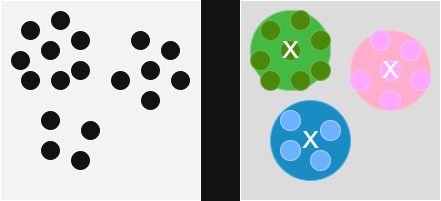
The draw.io diagram AprendizajeNoSupervisado.drawio.png in L50E02O/DrawioIA, before a commit. Source tidied: cells renumbered, new cells last; positions are measured from the earlier drawing's top-left corner, leaving out a move shared by most shapes. Source of this version:
```xml
<mxGraphModel>
  <root>
    <mxCell id="0" />
    <mxCell id="1" parent="0" />
    <mxCell id="2" style="whiteSpace=wrap;html=1;fillColor=light-dark(#FFFFFF,#F3F3F3);" parent="1" vertex="1">
      <mxGeometry width="200" height="200" as="geometry" />
    </mxCell>
    <mxCell id="3" style="whiteSpace=wrap;html=1;fillColor=light-dark(transparent,#DCDCDC);" parent="1" vertex="1">
      <mxGeometry x="240" width="200" height="200" as="geometry" />
    </mxCell>
    <mxCell id="4" style="ellipse;whiteSpace=wrap;html=1;fillColor=#008a00;fontColor=#ffffff;strokeColor=#005700;" parent="1" vertex="1">
      <mxGeometry x="250" y="10" width="80" height="80" as="geometry" />
    </mxCell>
    <mxCell id="5" style="ellipse;whiteSpace=wrap;html=1;fillColor=#a20025;fontColor=#ffffff;strokeColor=#6F0000;" parent="1" vertex="1">
      <mxGeometry x="350" y="30" width="80" height="80" as="geometry" />
    </mxCell>
    <mxCell id="6" style="ellipse;whiteSpace=wrap;html=1;fillColor=#1ba1e2;fontColor=#ffffff;strokeColor=#006EAF;" parent="1" vertex="1">
      <mxGeometry x="270" y="100" width="80" height="80" as="geometry" />
    </mxCell>
    <mxCell id="7" style="ellipse;whiteSpace=wrap;html=1;fillColor=#0050ef;fontColor=#ffffff;strokeColor=#001DBC;" parent="1" vertex="1">
      <mxGeometry x="280" y="110" width="20" height="20" as="geometry" />
    </mxCell>
    <mxCell id="8" style="ellipse;whiteSpace=wrap;html=1;fillColor=#0050ef;fontColor=#ffffff;strokeColor=#001DBC;" parent="1" vertex="1">
      <mxGeometry x="320" y="120" width="20" height="20" as="geometry" />
    </mxCell>
    <mxCell id="9" style="ellipse;whiteSpace=wrap;html=1;fillColor=#0050ef;fontColor=#ffffff;strokeColor=#001DBC;" parent="1" vertex="1">
      <mxGeometry x="280" y="140" width="20" height="20" as="geometry" />
    </mxCell>
    <mxCell id="10" style="ellipse;whiteSpace=wrap;html=1;fillColor=#0050ef;fontColor=#ffffff;strokeColor=#001DBC;" parent="1" vertex="1">
      <mxGeometry x="310" y="150" width="20" height="20" as="geometry" />
    </mxCell>
    <mxCell id="11" style="ellipse;whiteSpace=wrap;html=1;fillColor=#6a00ff;fontColor=#ffffff;strokeColor=#3700CC;" parent="1" vertex="1">
      <mxGeometry x="370" y="30" width="20" height="20" as="geometry" />
    </mxCell>
    <mxCell id="12" style="ellipse;whiteSpace=wrap;html=1;fillColor=#6a00ff;fontColor=#ffffff;strokeColor=#3700CC;" parent="1" vertex="1">
      <mxGeometry x="350" y="70" width="20" height="20" as="geometry" />
    </mxCell>
    <mxCell id="13" style="ellipse;whiteSpace=wrap;html=1;fillColor=#6a00ff;fontColor=#ffffff;strokeColor=#3700CC;" parent="1" vertex="1">
      <mxGeometry x="400" y="40" width="20" height="20" as="geometry" />
    </mxCell>
    <mxCell id="14" style="ellipse;whiteSpace=wrap;html=1;fillColor=#6a00ff;fontColor=#ffffff;strokeColor=#3700CC;" parent="1" vertex="1">
      <mxGeometry x="380" y="90" width="20" height="20" as="geometry" />
    </mxCell>
    <mxCell id="15" style="ellipse;whiteSpace=wrap;html=1;fillColor=#6a00ff;fontColor=#ffffff;strokeColor=#3700CC;" parent="1" vertex="1">
      <mxGeometry x="410" y="70" width="20" height="20" as="geometry" />
    </mxCell>
    <mxCell id="16" style="ellipse;whiteSpace=wrap;html=1;fillColor=#6a00ff;fontColor=#ffffff;strokeColor=#3700CC;" parent="1" vertex="1">
      <mxGeometry x="380" y="60" width="20" height="20" as="geometry" />
    </mxCell>
    <mxCell id="17" style="ellipse;whiteSpace=wrap;html=1;fillColor=#60a917;fontColor=#ffffff;strokeColor=#2D7600;" parent="1" vertex="1">
      <mxGeometry x="310" y="60" width="20" height="20" as="geometry" />
    </mxCell>
    <mxCell id="18" style="ellipse;whiteSpace=wrap;html=1;fillColor=#60a917;fontColor=#ffffff;strokeColor=#2D7600;" parent="1" vertex="1">
      <mxGeometry x="310" y="30" width="20" height="20" as="geometry" />
    </mxCell>
    <mxCell id="19" style="ellipse;whiteSpace=wrap;html=1;fillColor=#60a917;fontColor=#ffffff;strokeColor=#2D7600;" parent="1" vertex="1">
      <mxGeometry x="290" y="10" width="20" height="20" as="geometry" />
    </mxCell>
    <mxCell id="20" style="ellipse;whiteSpace=wrap;html=1;fillColor=#60a917;fontColor=#ffffff;strokeColor=#2D7600;" parent="1" vertex="1">
      <mxGeometry x="260" y="20" width="20" height="20" as="geometry" />
    </mxCell>
    <mxCell id="21" style="ellipse;whiteSpace=wrap;html=1;fillColor=#60a917;fontColor=#ffffff;strokeColor=#2D7600;" parent="1" vertex="1">
      <mxGeometry x="280" y="40" width="20" height="20" as="geometry" />
    </mxCell>
    <mxCell id="22" style="ellipse;whiteSpace=wrap;html=1;fillColor=#60a917;fontColor=#ffffff;strokeColor=#2D7600;" parent="1" vertex="1">
      <mxGeometry x="250" y="50" width="20" height="20" as="geometry" />
    </mxCell>
    <mxCell id="23" style="ellipse;whiteSpace=wrap;html=1;fillColor=#60a917;fontColor=#ffffff;strokeColor=#2D7600;" parent="1" vertex="1">
      <mxGeometry x="260" y="70" width="20" height="20" as="geometry" />
    </mxCell>
    <mxCell id="24" style="ellipse;whiteSpace=wrap;html=1;fillColor=#60a917;fontColor=#ffffff;strokeColor=#2D7600;" parent="1" vertex="1">
      <mxGeometry x="290" y="70" width="20" height="20" as="geometry" />
    </mxCell>
    <mxCell id="25" value="&lt;span style=&quot;font-size: 24px;&quot;&gt;X&lt;/span&gt;" style="text;html=1;align=center;verticalAlign=middle;strokeColor=none;fillColor=none;" parent="1" vertex="1">
      <mxGeometry x="270" y="30" width="40" height="40" as="geometry" />
    </mxCell>
    <mxCell id="26" value="&lt;span style=&quot;font-size: 24px;&quot;&gt;X&lt;/span&gt;" style="text;html=1;align=center;verticalAlign=middle;strokeColor=none;fillColor=none;" parent="1" vertex="1">
      <mxGeometry x="370" y="50" width="40" height="40" as="geometry" />
    </mxCell>
    <mxCell id="27" value="&lt;span style=&quot;font-size: 24px;&quot;&gt;X&lt;/span&gt;" style="text;html=1;align=center;verticalAlign=middle;strokeColor=none;fillColor=none;" parent="1" vertex="1">
      <mxGeometry x="290" y="120" width="40" height="40" as="geometry" />
    </mxCell>
    <mxCell id="28" style="ellipse;whiteSpace=wrap;html=1;" parent="1" vertex="1">
      <mxGeometry x="40" y="110" width="20" height="20" as="geometry" />
    </mxCell>
    <mxCell id="29" style="ellipse;whiteSpace=wrap;html=1;" parent="1" vertex="1">
      <mxGeometry x="80" y="120" width="20" height="20" as="geometry" />
    </mxCell>
    <mxCell id="30" style="ellipse;whiteSpace=wrap;html=1;" parent="1" vertex="1">
      <mxGeometry x="40" y="140" width="20" height="20" as="geometry" />
    </mxCell>
    <mxCell id="31" style="ellipse;whiteSpace=wrap;html=1;" parent="1" vertex="1">
      <mxGeometry x="70" y="150" width="20" height="20" as="geometry" />
    </mxCell>
    <mxCell id="32" style="ellipse;whiteSpace=wrap;html=1;" parent="1" vertex="1">
      <mxGeometry x="130" y="30" width="20" height="20" as="geometry" />
    </mxCell>
    <mxCell id="33" style="ellipse;whiteSpace=wrap;html=1;" parent="1" vertex="1">
      <mxGeometry x="110" y="70" width="20" height="20" as="geometry" />
    </mxCell>
    <mxCell id="34" style="ellipse;whiteSpace=wrap;html=1;" parent="1" vertex="1">
      <mxGeometry x="160" y="40" width="20" height="20" as="geometry" />
    </mxCell>
    <mxCell id="35" style="ellipse;whiteSpace=wrap;html=1;" parent="1" vertex="1">
      <mxGeometry x="140" y="90" width="20" height="20" as="geometry" />
    </mxCell>
    <mxCell id="36" style="ellipse;whiteSpace=wrap;html=1;" parent="1" vertex="1">
      <mxGeometry x="170" y="70" width="20" height="20" as="geometry" />
    </mxCell>
    <mxCell id="37" style="ellipse;whiteSpace=wrap;html=1;" parent="1" vertex="1">
      <mxGeometry x="140" y="60" width="20" height="20" as="geometry" />
    </mxCell>
    <mxCell id="38" style="ellipse;whiteSpace=wrap;html=1;" parent="1" vertex="1">
      <mxGeometry x="70" y="60" width="20" height="20" as="geometry" />
    </mxCell>
    <mxCell id="39" style="ellipse;whiteSpace=wrap;html=1;" parent="1" vertex="1">
      <mxGeometry x="70" y="30" width="20" height="20" as="geometry" />
    </mxCell>
    <mxCell id="40" style="ellipse;whiteSpace=wrap;html=1;" parent="1" vertex="1">
      <mxGeometry x="50" y="10" width="20" height="20" as="geometry" />
    </mxCell>
    <mxCell id="41" style="ellipse;whiteSpace=wrap;html=1;" parent="1" vertex="1">
      <mxGeometry x="20" y="20" width="20" height="20" as="geometry" />
    </mxCell>
    <mxCell id="42" style="ellipse;whiteSpace=wrap;html=1;" parent="1" vertex="1">
      <mxGeometry x="40" y="40" width="20" height="20" as="geometry" />
    </mxCell>
    <mxCell id="43" style="ellipse;whiteSpace=wrap;html=1;" parent="1" vertex="1">
      <mxGeometry x="10" y="50" width="20" height="20" as="geometry" />
    </mxCell>
    <mxCell id="44" style="ellipse;whiteSpace=wrap;html=1;" parent="1" vertex="1">
      <mxGeometry x="20" y="70" width="20" height="20" as="geometry" />
    </mxCell>
    <mxCell id="45" style="ellipse;whiteSpace=wrap;html=1;" parent="1" vertex="1">
      <mxGeometry x="50" y="70" width="20" height="20" as="geometry" />
    </mxCell>
  </root>
</mxGraphModel>
```
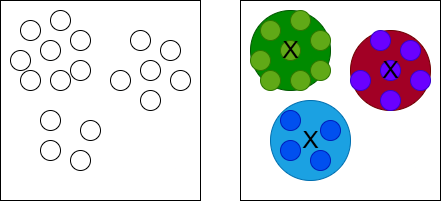
Later version of the same file.

Diff of the diagram source:
```diff
@@ -5,7 +5,7 @@
     <mxCell id="2" style="whiteSpace=wrap;html=1;fillColor=light-dark(#FFFFFF,#F3F3F3);" parent="1" vertex="1">
       <mxGeometry width="200" height="200" as="geometry" />
     </mxCell>
-    <mxCell id="3" style="whiteSpace=wrap;html=1;fillColor=light-dark(transparent,#DCDCDC);" parent="1" vertex="1">
+    <mxCell id="3" style="whiteSpace=wrap;html=1;fillColor=light-dark(#FFFFFF,#F3F3F3);" parent="1" vertex="1">
       <mxGeometry x="240" width="200" height="200" as="geometry" />
     </mxCell>
     <mxCell id="4" style="ellipse;whiteSpace=wrap;html=1;fillColor=#008a00;fontColor=#ffffff;strokeColor=#005700;" parent="1" vertex="1">
```
